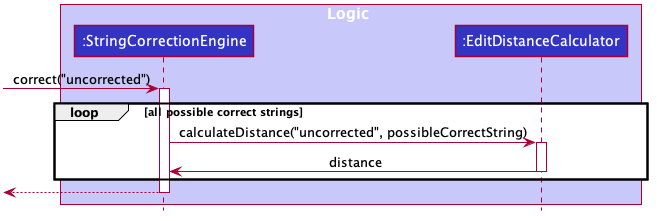
nus-cs2103-AY1920S2/addressbook-level3 keeps this PlantUML diagram as docs/images/StringCorrectionEngineSequenceDiagram.png. Above is the earlier version. Its diagram source:
```plantuml
@startuml








skinparam BackgroundColor #FFFFFFF

skinparam Shadowing false

skinparam Class {
    FontColor #FFFFFF
    BorderThickness 1
    BorderColor #FFFFFF
    StereotypeFontColor #FFFFFF
    FontName Arial
}

skinparam Actor {
    BorderColor #000000
    Color #000000
    FontName Arial
}

skinparam Sequence {
    MessageAlign center
    BoxFontSize 15
    BoxPadding 0
    BoxFontColor #FFFFFF
    FontName Arial
}

skinparam Participant {
    FontColor #FFFFFFF
    Padding 20
}

skinparam MinClassWidth 50
skinparam ParticipantPadding 10
skinparam Shadowing false
skinparam DefaultTextAlignment center
skinparam packageStyle Rectangle

hide footbox
hide members
hide circle

box Logic #C8C8FA
participant ":StringCorrectionEngine" as StringCorrectionEngine #3333C4
participant ":EditDistanceCalculator" as EditDistanceCalculator #3333C4
end box

[-> StringCorrectionEngine : correct("uncorrected")
activate StringCorrectionEngine

loop all possible correct strings
StringCorrectionEngine -> EditDistanceCalculator : calculateDistance("uncorrected", possibleCorrectString)
activate EditDistanceCalculator
EditDistanceCalculator -> StringCorrectionEngine : distance
deactivate EditDistanceCalculator
end

[<-- StringCorrectionEngine
deactivate StringCorrectionEngine
@enduml
```
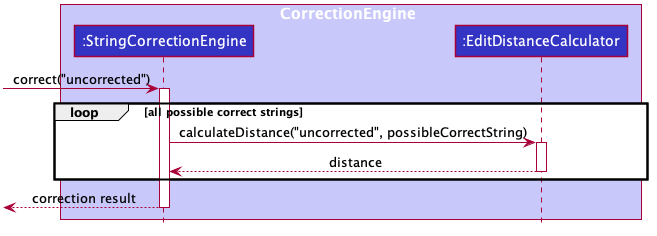
The same file after the commit.

Commit message:
Fix StringCorrectionEngine sequence diagram

The edit, as a diff of the source:
```diff
@@ -1,4 +1,5 @@
 @startuml
+
 
 
 
@@ -48,7 +49,7 @@
 hide members
 hide circle
 
-box Logic #C8C8FA
+box CorrectionEngine #C8C8FA
 participant ":StringCorrectionEngine" as StringCorrectionEngine #3333C4
 participant ":EditDistanceCalculator" as EditDistanceCalculator #3333C4
 end box
@@ -59,10 +60,10 @@
 loop all possible correct strings
 StringCorrectionEngine -> EditDistanceCalculator : calculateDistance("uncorrected", possibleCorrectString)
 activate EditDistanceCalculator
-EditDistanceCalculator -> StringCorrectionEngine : distance
+EditDistanceCalculator --> StringCorrectionEngine : distance
 deactivate EditDistanceCalculator
 end
 
-[<-- StringCorrectionEngine
+[<-- StringCorrectionEngine : correction result
 deactivate StringCorrectionEngine
 @enduml
```
